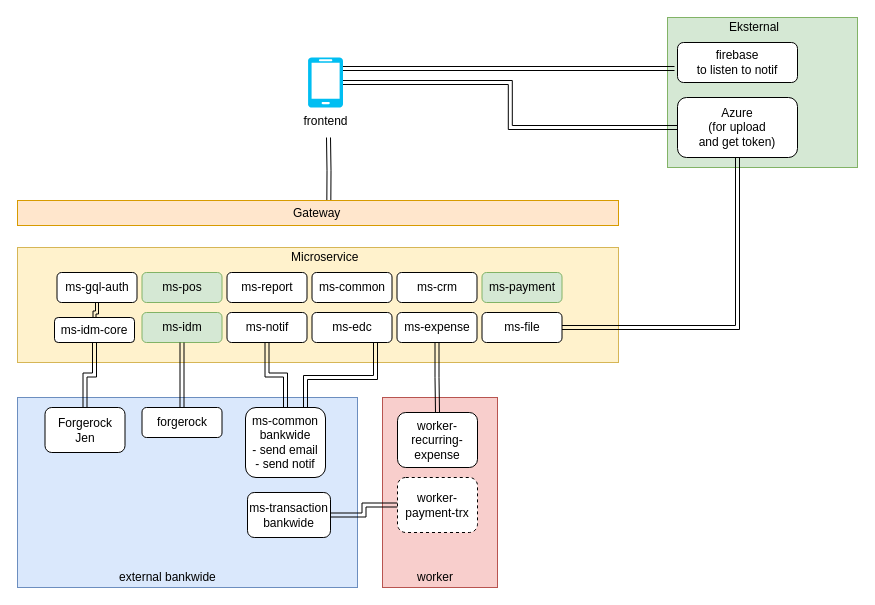
martabacc/dotfiles keeps this draw.io diagram as page "Architecture" (1 of 2) of Untitled Diagram.drawio. Above is the earlier version. Source tidied: cells renumbered, new cells numbered last; positions are measured from the earlier drawing's top-left corner, leaving out a move shared by most shapes. Both pictures are drawn from the tidied source at 100%, with x=0, y=0 at pixel (17, 17).
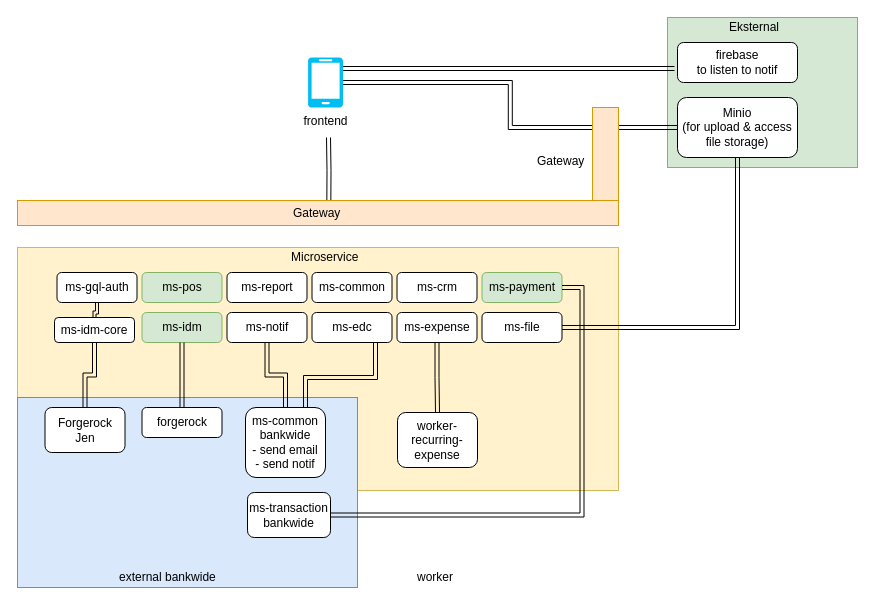
Above is the later version.

Unchanged cells that the change refers to:
```xml
<mxCell id="35" value="ms-payment" style="rounded=1;whiteSpace=wrap;html=1;fillColor=#d5e8d4;strokeColor=#82b366;" parent="1" vertex="1">
  <mxGeometry x="464.5" y="255" width="80" height="30" as="geometry" />
</mxCell>
<mxCell id="38" value="&lt;div&gt;ms-transaction&lt;/div&gt;&lt;div&gt;bankwide&lt;br&gt;&lt;/div&gt;" style="rounded=1;whiteSpace=wrap;html=1;" parent="1" vertex="1">
  <mxGeometry x="230" y="475" width="83" height="45" as="geometry" />
</mxCell>
```

What changed in the source:
```diff
@@
-    <mxCell id="2" style="rounded=0;whiteSpace=wrap;html=1;fillColor=#f8cecc;strokeColor=#b85450;" parent="1" vertex="1">
-      <mxGeometry x="365" y="380" width="115" height="190" as="geometry" />
-    </mxCell>
@@
     <mxCell id="4" style="rounded=0;whiteSpace=wrap;html=1;fillColor=#fff2cc;strokeColor=#d6b656;" parent="1" vertex="1">
-      <mxGeometry y="230" width="601" height="115" as="geometry" />
+      <mxGeometry y="230" width="601" height="243" as="geometry" />
     </mxCell>
@@
-    <mxCell id="11" value="Azure &lt;br&gt;&lt;div&gt;(for upload&lt;/div&gt;&lt;div&gt;and get token)&lt;br&gt;&lt;/div&gt;" style="rounded=1;whiteSpace=wrap;html=1;" parent="1" vertex="1">
+    <mxCell id="11" value="Minio&lt;br&gt;&lt;div&gt;(for upload &amp;amp; access file storage)&lt;br&gt;&lt;/div&gt;" style="rounded=1;whiteSpace=wrap;html=1;" parent="1" vertex="1">
       <mxGeometry x="660" y="80" width="120" height="60" as="geometry" />
     </mxCell>
@@
-    <mxCell id="36" style="edgeStyle=orthogonalEdgeStyle;shape=link;rounded=0;jettySize=auto;html=1;" parent="1" edge="1" source="37" target="38">
-      <mxGeometry relative="1" as="geometry" />
-    </mxCell>
-    <mxCell id="37" value="worker-payment-trx" style="rounded=1;whiteSpace=wrap;html=1;dashed=1;" parent="1" vertex="1">
-      <mxGeometry x="380" y="460" width="80" height="55" as="geometry" />
-    </mxCell>
+    <mxCell id="46" style="edgeStyle=orthogonalEdgeStyle;rounded=0;jettySize=auto;html=1;entryX=1;entryY=0.5;entryDx=0;entryDy=0;shape=link;" parent="1" edge="1" source="38" target="35">
+      <mxGeometry relative="1" as="geometry" />
+    </mxCell>
@@
+    <mxCell id="47" style="group;fillColor=#d5e8d4;strokeColor=#82b366;" parent="1" vertex="1">
+      <mxGeometry x="575" y="91" width="26" height="92" as="geometry" />
+    </mxCell>
+    <mxCell id="48" style="rounded=0;whiteSpace=wrap;html=1;fillColor=#ffe6cc;strokeColor=#d79b00;" parent="47" vertex="1">
+      <mxGeometry y="-1" width="26" height="93" as="geometry" />
+    </mxCell>
+    <mxCell id="49" value="Gateway" style="text;html=1;align=left;verticalAlign=top;spacingTop=-4;" parent="1" vertex="1">
+      <mxGeometry x="518" y="134" width="60" height="20" as="geometry" />
+    </mxCell>
```
